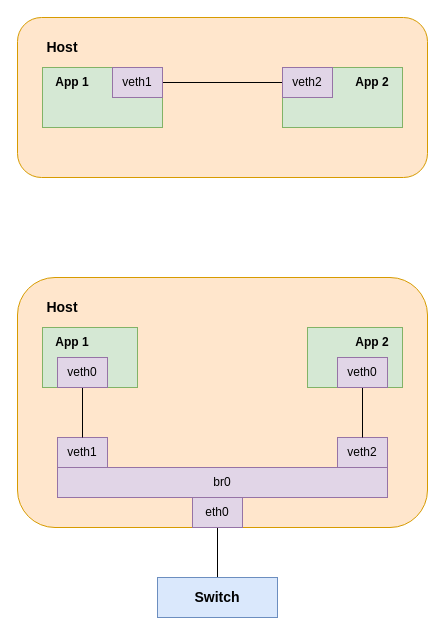
Before: page "Page-1" (1 of 4) of memoria_namespaces/diagramas/VETH.drawio in Raniita/lightweight-virtualization-nfv, a draw.io diagram. Source tidied: cells renumbered, new cells numbered last; positions are measured from the earlier drawing's top-left corner, leaving out a move shared by most shapes. Both pictures are drawn from the tidied source at 100%, with x=0, y=0 at pixel (17, 17).
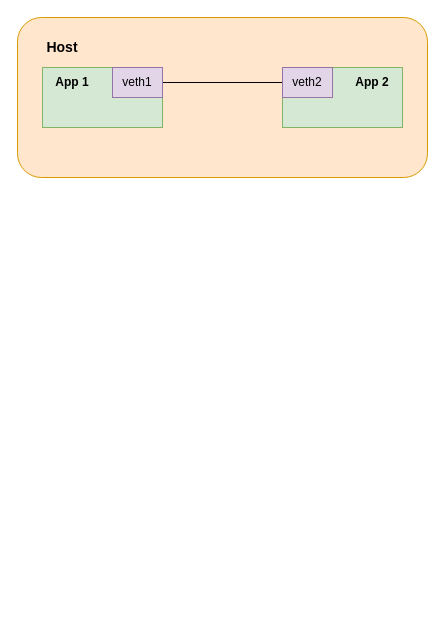
After the change.

What changed in the source:
```diff
@@
-    <mxCell id="11" style="rounded=1;whiteSpace=wrap;html=1;fillColor=#ffe6cc;strokeColor=#d79b00;" parent="1" vertex="1">
-      <mxGeometry y="260" width="410" height="250" as="geometry" />
-    </mxCell>
-    <mxCell id="12" style="rounded=0;whiteSpace=wrap;html=1;fillColor=#d5e8d4;strokeColor=#82b366;" parent="1" vertex="1">
-      <mxGeometry x="25" y="310" width="95" height="60" as="geometry" />
-    </mxCell>
-    <mxCell id="13" style="rounded=0;whiteSpace=wrap;html=1;fillColor=#d5e8d4;strokeColor=#82b366;" parent="1" vertex="1">
-      <mxGeometry x="290" y="310" width="95" height="60" as="geometry" />
-    </mxCell>
-    <mxCell id="14" value="br0" style="rounded=0;whiteSpace=wrap;html=1;fillColor=#e1d5e7;strokeColor=#9673a6;" parent="1" vertex="1">
-      <mxGeometry x="40" y="450" width="330" height="30" as="geometry" />
-    </mxCell>
-    <mxCell id="15" style="edgeStyle=orthogonalEdgeStyle;rounded=0;jettySize=auto;html=1;endArrow=none;endFill=0;" parent="1" edge="1" source="16" target="26">
-      <mxGeometry relative="1" as="geometry" />
-    </mxCell>
-    <mxCell id="16" value="eth0" style="rounded=0;whiteSpace=wrap;html=1;fillColor=#e1d5e7;strokeColor=#9673a6;" parent="1" vertex="1">
-      <mxGeometry x="175" y="480" width="50" height="30" as="geometry" />
-    </mxCell>
-    <mxCell id="17" value="veth2" style="rounded=0;whiteSpace=wrap;html=1;fillColor=#e1d5e7;strokeColor=#9673a6;" parent="1" vertex="1">
-      <mxGeometry x="320" y="420" width="50" height="30" as="geometry" />
-    </mxCell>
-    <mxCell id="18" value="veth1" style="rounded=0;whiteSpace=wrap;html=1;fillColor=#e1d5e7;strokeColor=#9673a6;" parent="1" vertex="1">
-      <mxGeometry x="40" y="420" width="50" height="30" as="geometry" />
-    </mxCell>
-    <mxCell id="19" style="edgeStyle=orthogonalEdgeStyle;rounded=0;jettySize=auto;html=1;endArrow=none;endFill=0;" parent="1" edge="1" source="20" target="18">
-      <mxGeometry relative="1" as="geometry" />
-    </mxCell>
-    <mxCell id="20" value="veth0" style="rounded=0;whiteSpace=wrap;html=1;fillColor=#e1d5e7;strokeColor=#9673a6;" parent="1" vertex="1">
-      <mxGeometry x="40" y="340" width="50" height="30" as="geometry" />
-    </mxCell>
-    <mxCell id="21" style="edgeStyle=orthogonalEdgeStyle;rounded=0;jettySize=auto;html=1;endArrow=none;endFill=0;" parent="1" edge="1" source="22" target="17">
-      <mxGeometry relative="1" as="geometry" />
-    </mxCell>
-    <mxCell id="22" value="veth0" style="rounded=0;whiteSpace=wrap;html=1;fillColor=#e1d5e7;strokeColor=#9673a6;" parent="1" vertex="1">
-      <mxGeometry x="320" y="340" width="50" height="30" as="geometry" />
-    </mxCell>
-    <mxCell id="23" value="Host" style="text;html=1;strokeColor=none;fillColor=none;align=center;verticalAlign=middle;whiteSpace=wrap;rounded=0;fontStyle=1;fontSize=14;" parent="1" vertex="1">
-      <mxGeometry x="25" y="280" width="40" height="20" as="geometry" />
-    </mxCell>
-    <mxCell id="24" value="App 1" style="text;html=1;strokeColor=none;fillColor=none;align=center;verticalAlign=middle;whiteSpace=wrap;rounded=0;fontStyle=1;" parent="1" vertex="1">
-      <mxGeometry x="30" y="315" width="50" height="20" as="geometry" />
-    </mxCell>
-    <mxCell id="25" value="App 2" style="text;html=1;strokeColor=none;fillColor=none;align=center;verticalAlign=middle;whiteSpace=wrap;rounded=0;fontStyle=1;" parent="1" vertex="1">
-      <mxGeometry x="330" y="315" width="50" height="20" as="geometry" />
-    </mxCell>
-    <mxCell id="26" value="Switch" style="rounded=0;whiteSpace=wrap;html=1;fillColor=#dae8fc;strokeColor=#6c8ebf;fontStyle=1;fontSize=14;" parent="1" vertex="1">
-      <mxGeometry x="140" y="560" width="120" height="40" as="geometry" />
-    </mxCell>
```
